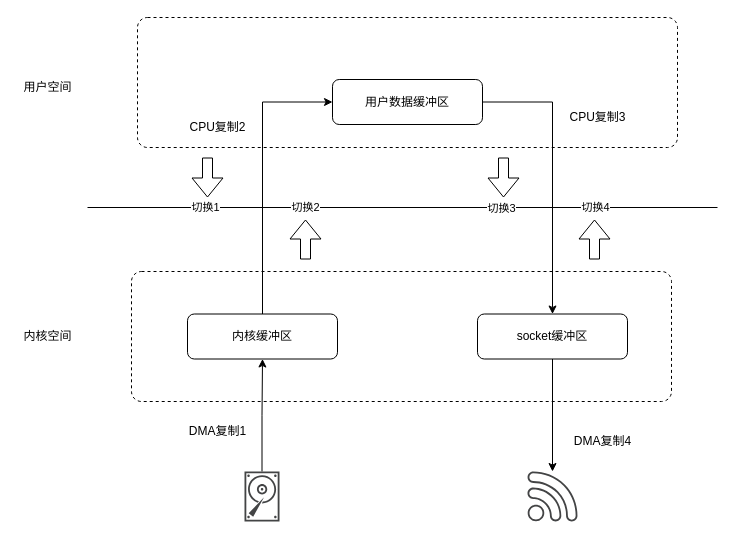
The draw.io diagram rocketmq/零拷贝.drawio in erlieStar/diagrams, before the edit. Source tidied: cells renumbered, new cells numbered last; positions are measured from the earlier drawing's top-left corner, leaving out a move shared by most shapes. Both pictures are drawn from the tidied source at 100%, with x=0, y=0 at pixel (17, 17).
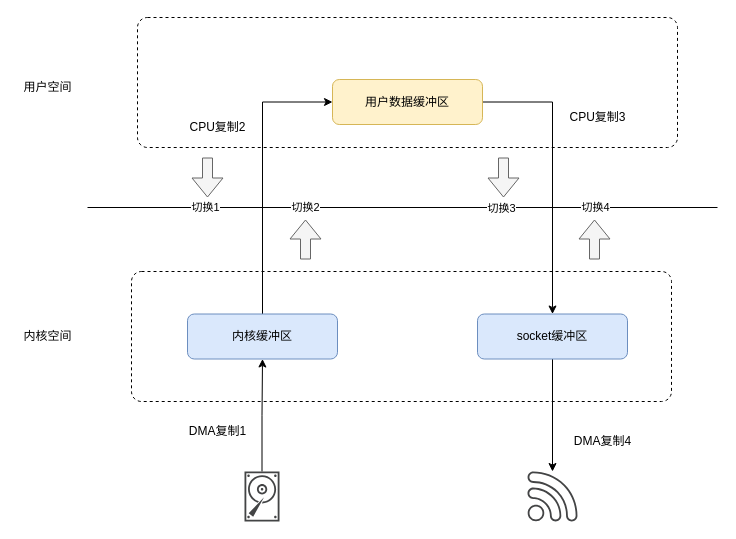
The same page after the edit.

The edit, as a diff of the source:
```diff
@@
-    <mxCell id="12" value="用户数据缓冲区" style="rounded=1;whiteSpace=wrap;html=1;" parent="1" vertex="1">
+    <mxCell id="12" value="用户数据缓冲区" style="rounded=1;whiteSpace=wrap;html=1;fillColor=#fff2cc;strokeColor=#d6b656;" parent="1" vertex="1">
       <mxGeometry x="315" y="62" width="150" height="45" as="geometry" />
     </mxCell>
@@
-    <mxCell id="14" value="内核缓冲区" style="rounded=1;whiteSpace=wrap;html=1;" parent="1" vertex="1">
+    <mxCell id="14" value="内核缓冲区" style="rounded=1;whiteSpace=wrap;html=1;fillColor=#dae8fc;strokeColor=#6c8ebf;" parent="1" vertex="1">
       <mxGeometry x="170" y="296.5" width="150" height="45" as="geometry" />
     </mxCell>
@@
-    <mxCell id="16" value="socket缓冲区" style="rounded=1;whiteSpace=wrap;html=1;" parent="1" vertex="1">
+    <mxCell id="16" value="socket缓冲区" style="rounded=1;whiteSpace=wrap;html=1;fillColor=#dae8fc;strokeColor=#6c8ebf;" parent="1" vertex="1">
       <mxGeometry x="460" y="296.5" width="150" height="45" as="geometry" />
     </mxCell>
@@
-    <mxCell id="24" style="shape=flexArrow;endArrow=classic;html=1;rounded=0;fontColor=#000000;" parent="1" edge="1">
+    <mxCell id="24" style="shape=flexArrow;endArrow=classic;html=1;rounded=0;fontColor=#000000;fillColor=#f5f5f5;strokeColor=#666666;" parent="1" edge="1">
       <mxGeometry relative="1" as="geometry">
         <mxPoint x="190" y="140" as="sourcePoint" />
         <mxPoint x="190" y="180" as="targetPoint" />
       </mxGeometry>
     </mxCell>
-    <mxCell id="25" style="shape=flexArrow;endArrow=classic;html=1;rounded=0;fontColor=#000000;" parent="1" edge="1">
+    <mxCell id="25" style="shape=flexArrow;endArrow=classic;html=1;rounded=0;fontColor=#000000;fillColor=#f5f5f5;strokeColor=#666666;" parent="1" edge="1">
       <mxGeometry relative="1" as="geometry">
         <mxPoint x="486" y="140" as="sourcePoint" />
         <mxPoint x="486" y="180" as="targetPoint" />
       </mxGeometry>
     </mxCell>
-    <mxCell id="26" style="shape=flexArrow;endArrow=classic;html=1;rounded=0;fontColor=#000000;" parent="1" edge="1">
+    <mxCell id="26" style="shape=flexArrow;endArrow=classic;html=1;rounded=0;fontColor=#000000;fillColor=#f5f5f5;strokeColor=#666666;" parent="1" edge="1">
       <mxGeometry relative="1" as="geometry">
         <mxPoint x="288" y="242" as="sourcePoint" />
         <mxPoint x="288" y="202" as="targetPoint" />
       </mxGeometry>
     </mxCell>
-    <mxCell id="27" style="shape=flexArrow;endArrow=classic;html=1;rounded=0;fontColor=#000000;" parent="1" edge="1">
+    <mxCell id="27" style="shape=flexArrow;endArrow=classic;html=1;rounded=0;fontColor=#000000;fillColor=#f5f5f5;strokeColor=#666666;" parent="1" edge="1">
       <mxGeometry relative="1" as="geometry">
         <mxPoint x="577" y="242" as="sourcePoint" />
         <mxPoint x="577" y="202" as="targetPoint" />
       </mxGeometry>
     </mxCell>
```
